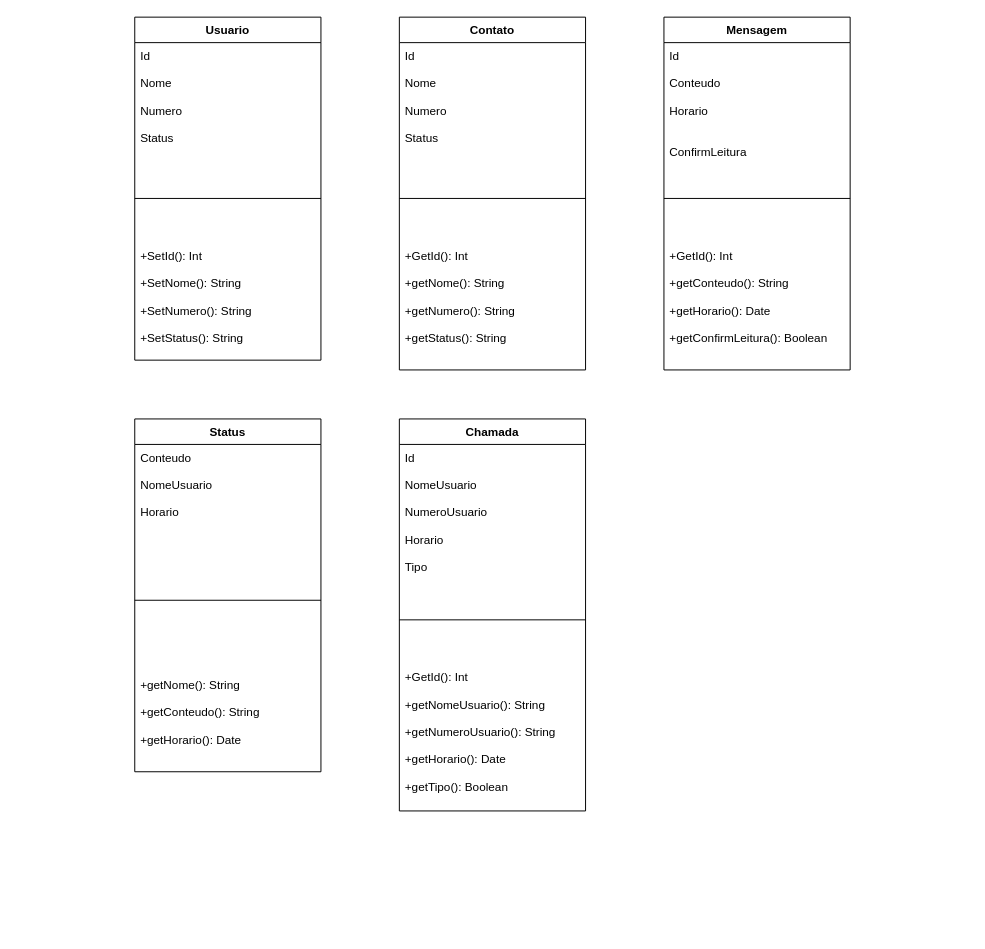
vitorhartmann/TrabalhoLeanderson keeps this draw.io diagram as Programação Orientada a Objetos/TrabalhoWhatsapp/Uml-ZAP.drawio. Above is the earlier version. Source tidied: cells renumbered, new cells numbered last; positions are measured from the earlier drawing's top-left corner, leaving out a move shared by most shapes. Both pictures are drawn from the tidied source at 98%, with x=0, y=0 at pixel (134, 17).
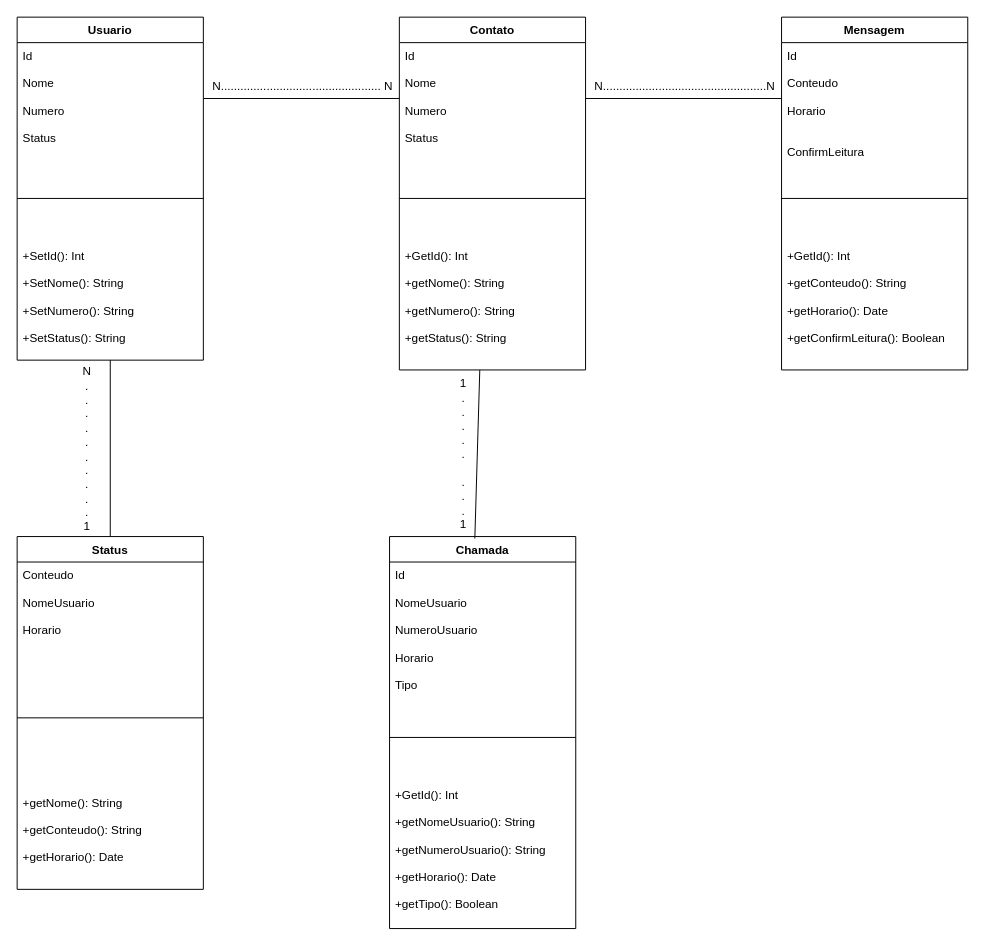
The same diagram, later.

The change refers to these unchanged cells:
```xml
<mxCell id="3" value="Id&#10;&#10;Nome&#10;&#10;Numero&#10;&#10;Status&#10;" style="text;strokeColor=none;fillColor=none;align=left;verticalAlign=top;spacingLeft=4;spacingRight=4;overflow=hidden;points=[[0,0.5],[1,0.5]];portConstraint=eastwest;" parent="2" vertex="1">
  <mxGeometry y="26" width="190" height="114" as="geometry" />
</mxCell>
<mxCell id="5" value="+SetId(): Int&#10;&#10;+SetNome(): String&#10;&#10;+SetNumero(): String&#10;&#10;+SetStatus(): String&#10;&#10;" style="text;strokeColor=none;fillColor=none;align=left;verticalAlign=top;spacingLeft=4;spacingRight=4;overflow=hidden;points=[[0,0.5],[1,0.5]];portConstraint=eastwest;" parent="2" vertex="1">
  <mxGeometry y="230" width="190" height="120" as="geometry" />
</mxCell>
<mxCell id="7" value="Id&#10;&#10;Nome&#10;&#10;Numero&#10;&#10;Status&#10;" style="text;strokeColor=none;fillColor=none;align=left;verticalAlign=top;spacingLeft=4;spacingRight=4;overflow=hidden;points=[[0,0.5],[1,0.5]];portConstraint=eastwest;" parent="6" vertex="1">
  <mxGeometry y="26" width="190" height="114" as="geometry" />
</mxCell>
<mxCell id="9" value="+GetId(): Int&#10;&#10;+getNome(): String&#10;&#10;+getNumero(): String&#10;&#10;+getStatus(): String&#10;&#10;" style="text;strokeColor=none;fillColor=none;align=left;verticalAlign=top;spacingLeft=4;spacingRight=4;overflow=hidden;points=[[0,0.5],[1,0.5]];portConstraint=eastwest;" parent="6" vertex="1">
  <mxGeometry y="230" width="190" height="130" as="geometry" />
</mxCell>
<mxCell id="11" value="Id&#10;&#10;Conteudo&#10;&#10;Horario&#10;&#10;&#10;ConfirmLeitura&#10;" style="text;strokeColor=none;fillColor=none;align=left;verticalAlign=top;spacingLeft=4;spacingRight=4;overflow=hidden;points=[[0,0.5],[1,0.5]];portConstraint=eastwest;" parent="10" vertex="1">
  <mxGeometry y="26" width="190" height="114" as="geometry" />
</mxCell>
```

The edit, as a diff of the source:
```diff
@@
     <mxCell id="2" value="Usuario" style="swimlane;fontStyle=1;align=center;verticalAlign=top;horizontal=1;startSize=26;" parent="1" vertex="1">
-      <mxGeometry width="190" height="350" as="geometry" />
+      <mxGeometry x="-120" width="190" height="350" as="geometry" />
     </mxCell>
@@
     <mxCell id="10" value="Mensagem" style="swimlane;fontStyle=1;align=center;verticalAlign=top;horizontal=1;startSize=26;" parent="1" vertex="1">
-      <mxGeometry x="540" width="190" height="360" as="geometry" />
+      <mxGeometry x="660" width="190" height="360" as="geometry" />
     </mxCell>
@@
     <mxCell id="14" value="Status" style="swimlane;fontStyle=1;align=center;verticalAlign=top;horizontal=1;startSize=26;" parent="1" vertex="1">
-      <mxGeometry y="410" width="190" height="360" as="geometry" />
+      <mxGeometry x="-120" y="530" width="190" height="360" as="geometry" />
     </mxCell>
@@
     <mxCell id="18" value="Chamada" style="swimlane;fontStyle=1;align=center;verticalAlign=top;horizontal=1;startSize=26;" parent="1" vertex="1">
-      <mxGeometry x="270" y="410" width="190" height="400" as="geometry" />
+      <mxGeometry x="260" y="530" width="190" height="400" as="geometry" />
     </mxCell>
@@
+    <mxCell id="22" style="endArrow=none;html=1;" parent="1" edge="1" source="3" target="7">
+      <mxGeometry relative="1" as="geometry" />
+    </mxCell>
+    <mxCell id="23" value="N................................................. N" style="text;html=1;align=center;verticalAlign=middle;labelBackgroundColor=#ffffff;rotation=0;" parent="22" vertex="1">
+      <mxGeometry x="-0.23" y="-3" relative="1" as="geometry">
+        <mxPoint x="23" y="-16" as="offset" />
+      </mxGeometry>
+    </mxCell>
+    <mxCell id="24" style="endArrow=none;html=1;" parent="1" edge="1" source="7" target="11">
+      <mxGeometry relative="1" as="geometry" />
+    </mxCell>
+    <mxCell id="25" value="N..................................................N" style="text;html=1;align=center;verticalAlign=middle;labelBackgroundColor=#ffffff;" parent="24" vertex="1">
+      <mxGeometry x="-0.17" y="-2" relative="1" as="geometry">
+        <mxPoint x="17" y="-15" as="offset" />
+      </mxGeometry>
+    </mxCell>
+    <mxCell id="26" style="endArrow=none;html=1;" parent="1" edge="1" source="14" target="5">
+      <mxGeometry relative="1" as="geometry" />
+    </mxCell>
+    <mxCell id="27" value="N&lt;br&gt;.&lt;br&gt;.&lt;br&gt;.&lt;br&gt;.&lt;br&gt;.&lt;br&gt;.&lt;br&gt;.&lt;br&gt;.&lt;br&gt;.&lt;br&gt;.&lt;br&gt;1&lt;br&gt;" style="text;html=1;align=center;verticalAlign=middle;labelBackgroundColor=#ffffff;" parent="26" vertex="1">
+      <mxGeometry x="0.18" y="-2" relative="1" as="geometry">
+        <mxPoint x="-27" y="16" as="offset" />
+      </mxGeometry>
+    </mxCell>
+    <mxCell id="28" style="endArrow=none;html=1;entryX=0.458;entryY=0.005;entryDx=0;entryDy=0;entryPerimeter=0;exitX=0.432;exitY=1;exitDx=0;exitDy=0;exitPerimeter=0;" parent="1" edge="1" source="9" target="18">
+      <mxGeometry relative="1" as="geometry" />
+    </mxCell>
+    <mxCell id="29" value="1&lt;br&gt;.&lt;br&gt;.&lt;br&gt;.&lt;br&gt;.&lt;br&gt;.&lt;br&gt;&lt;br&gt;.&lt;br&gt;.&lt;br&gt;.&lt;br&gt;1&lt;br&gt;" style="text;html=1;align=center;verticalAlign=middle;labelBackgroundColor=#ffffff;rotation=0;" parent="28" vertex="1">
+      <mxGeometry x="-0.16" y="-2" relative="1" as="geometry">
+        <mxPoint x="-13.5" y="13.5" as="offset" />
+      </mxGeometry>
+    </mxCell>
```
